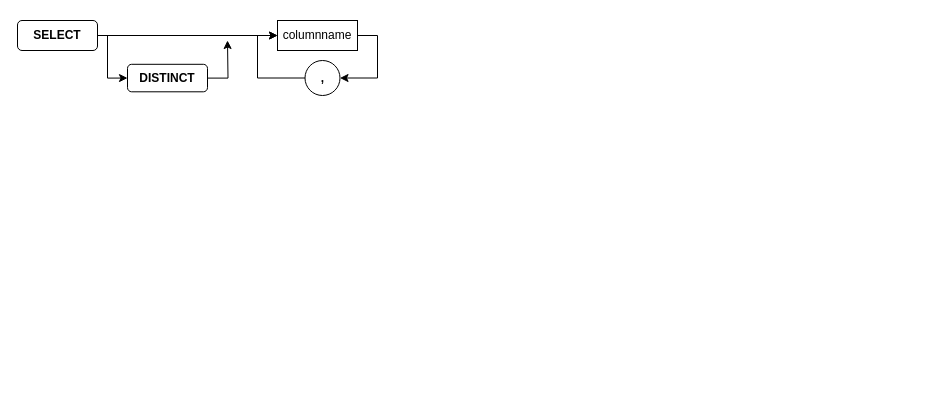
dvriet/diagrams keeps this draw.io diagram as sql.drawio. Above is the earlier version. Source tidied: cells renumbered, new cells numbered last; positions are measured from the earlier drawing's top-left corner, leaving out a move shared by most shapes. Both pictures are drawn from the tidied source at 100%, with x=0, y=0 at pixel (17, 20).
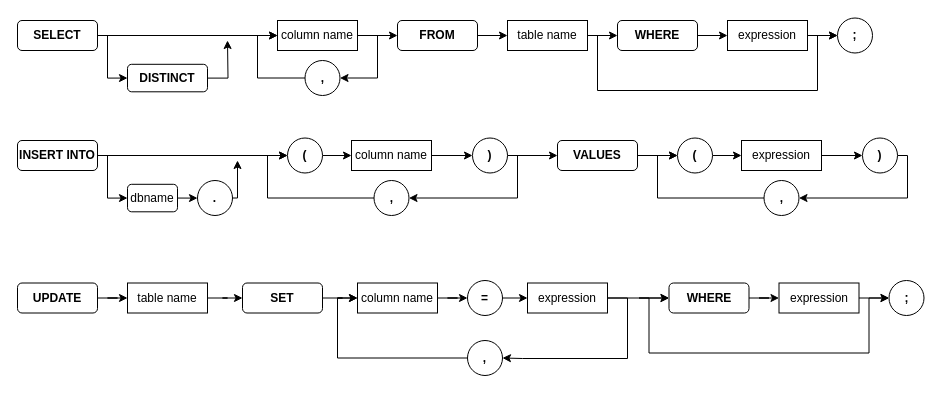
Above is the later version.

What changed in the source:
```diff
@@
+    <mxCell id="11" style="edgeStyle=orthogonalEdgeStyle;rounded=0;jettySize=auto;html=1;entryX=0;entryY=0.5;entryDx=0;entryDy=0;" parent="1" edge="1" source="6" target="13">
+      <mxGeometry relative="1" as="geometry" />
+    </mxCell>
-    <mxCell id="6" value="columnname" style="rounded=0;whiteSpace=wrap;html=1;" parent="1" vertex="1">
+    <mxCell id="6" value="column name" style="rounded=0;whiteSpace=wrap;html=1;" parent="1" vertex="1">
       <mxGeometry x="260" width="80" height="30" as="geometry" />
     </mxCell>
@@
+    <mxCell id="12" style="edgeStyle=orthogonalEdgeStyle;rounded=0;jettySize=auto;html=1;entryX=0;entryY=0.5;entryDx=0;entryDy=0;" parent="1" edge="1" source="13" target="15">
+      <mxGeometry relative="1" as="geometry" />
+    </mxCell>
+    <mxCell id="13" value="&lt;b&gt;FROM&lt;/b&gt;" style="rounded=1;whiteSpace=wrap;html=1;" parent="1" vertex="1">
+      <mxGeometry x="380" width="80" height="30" as="geometry" />
+    </mxCell>
+    <mxCell id="14" style="edgeStyle=orthogonalEdgeStyle;rounded=0;jettySize=auto;html=1;entryX=0;entryY=0.5;entryDx=0;entryDy=0;" parent="1" edge="1" source="15" target="17">
+      <mxGeometry relative="1" as="geometry" />
+    </mxCell>
+    <mxCell id="15" value="table name" style="rounded=0;whiteSpace=wrap;html=1;" parent="1" vertex="1">
+      <mxGeometry x="490" width="80" height="30" as="geometry" />
+    </mxCell>
+    <mxCell id="16" style="edgeStyle=orthogonalEdgeStyle;rounded=0;jettySize=auto;html=1;entryX=0;entryY=0.5;entryDx=0;entryDy=0;" parent="1" edge="1" source="17" target="19">
+      <mxGeometry relative="1" as="geometry" />
+    </mxCell>
+    <mxCell id="17" value="&lt;b&gt;WHERE&lt;/b&gt;" style="rounded=1;whiteSpace=wrap;html=1;" parent="1" vertex="1">
+      <mxGeometry x="600" width="80" height="30" as="geometry" />
+    </mxCell>
+    <mxCell id="18" style="edgeStyle=orthogonalEdgeStyle;rounded=0;jettySize=auto;html=1;exitX=1;exitY=0.5;exitDx=0;exitDy=0;entryX=0;entryY=0.5;entryDx=0;entryDy=0;" parent="1" edge="1" source="19" target="61">
+      <mxGeometry relative="1" as="geometry" />
+    </mxCell>
+    <mxCell id="19" value="expression" style="rounded=0;whiteSpace=wrap;html=1;" parent="1" vertex="1">
+      <mxGeometry x="710" width="80" height="30" as="geometry" />
+    </mxCell>
+    <mxCell id="20" style="edgeStyle=orthogonalEdgeStyle;rounded=0;jettySize=auto;html=1;exitX=1;exitY=0.5;exitDx=0;exitDy=0;entryX=0;entryY=0.5;entryDx=0;entryDy=0;" parent="1" edge="1" source="22" target="28">
+      <mxGeometry relative="1" as="geometry">
+        <Array as="points">
+          <mxPoint x="90" y="135" />
+          <mxPoint x="90" y="178" />
+        </Array>
+      </mxGeometry>
+    </mxCell>
+    <mxCell id="21" style="edgeStyle=orthogonalEdgeStyle;rounded=0;jettySize=auto;html=1;entryX=0;entryY=0.5;entryDx=0;entryDy=0;" parent="1" edge="1" source="22" target="34">
+      <mxGeometry relative="1" as="geometry" />
+    </mxCell>
+    <mxCell id="22" value="&lt;b&gt;INSERT INTO&lt;/b&gt;" style="rounded=1;whiteSpace=wrap;html=1;" parent="1" vertex="1">
+      <mxGeometry y="120" width="80" height="30" as="geometry" />
+    </mxCell>
+    <mxCell id="23" style="edgeStyle=orthogonalEdgeStyle;rounded=0;jettySize=auto;html=1;entryX=0;entryY=0.5;entryDx=0;entryDy=0;" parent="1" edge="1" source="24" target="37">
+      <mxGeometry relative="1" as="geometry" />
+    </mxCell>
+    <mxCell id="24" value="column name" style="rounded=0;whiteSpace=wrap;html=1;" parent="1" vertex="1">
+      <mxGeometry x="334" y="120" width="80" height="30" as="geometry" />
+    </mxCell>
+    <mxCell id="25" style="edgeStyle=orthogonalEdgeStyle;rounded=0;jettySize=auto;html=1;entryX=0;entryY=0.5;entryDx=0;entryDy=0;" parent="1" edge="1" source="26" target="34">
+      <mxGeometry relative="1" as="geometry" />
+    </mxCell>
+    <mxCell id="26" value="&lt;b&gt;,&lt;/b&gt;" style="ellipse;whiteSpace=wrap;html=1;" parent="1" vertex="1">
+      <mxGeometry x="356.5" y="160" width="35" height="35" as="geometry" />
+    </mxCell>
+    <mxCell id="27" style="edgeStyle=orthogonalEdgeStyle;rounded=0;jettySize=auto;html=1;exitX=1;exitY=0.5;exitDx=0;exitDy=0;entryX=0;entryY=0.5;entryDx=0;entryDy=0;" parent="1" edge="1" source="28" target="32">
+      <mxGeometry relative="1" as="geometry" />
+    </mxCell>
+    <mxCell id="28" value="dbname" style="rounded=1;whiteSpace=wrap;html=1;" parent="1" vertex="1">
+      <mxGeometry x="110" y="163.8" width="50" height="27.5" as="geometry" />
+    </mxCell>
+    <mxCell id="29" style="edgeStyle=orthogonalEdgeStyle;rounded=0;jettySize=auto;html=1;entryX=0;entryY=0.5;entryDx=0;entryDy=0;" parent="1" edge="1" source="30" target="43">
+      <mxGeometry relative="1" as="geometry" />
+    </mxCell>
+    <mxCell id="30" value="&lt;b&gt;VALUES&lt;/b&gt;" style="rounded=1;whiteSpace=wrap;html=1;" parent="1" vertex="1">
+      <mxGeometry x="540" y="120" width="80" height="30" as="geometry" />
+    </mxCell>
+    <mxCell id="31" style="edgeStyle=orthogonalEdgeStyle;rounded=0;jettySize=auto;html=1;exitX=1;exitY=0.5;exitDx=0;exitDy=0;" parent="1" edge="1" source="32">
+      <mxGeometry relative="1" as="geometry">
+        <mxPoint x="220" y="140" as="targetPoint" />
+      </mxGeometry>
+    </mxCell>
+    <mxCell id="32" value="&lt;b&gt;.&lt;/b&gt;" style="ellipse;whiteSpace=wrap;html=1;" parent="1" vertex="1">
+      <mxGeometry x="180" y="160" width="35" height="35" as="geometry" />
+    </mxCell>
+    <mxCell id="33" style="edgeStyle=orthogonalEdgeStyle;rounded=0;jettySize=auto;html=1;entryX=0;entryY=0.5;entryDx=0;entryDy=0;" parent="1" edge="1" source="34" target="24">
+      <mxGeometry relative="1" as="geometry" />
+    </mxCell>
+    <mxCell id="34" value="&lt;b&gt;(&lt;/b&gt;" style="ellipse;whiteSpace=wrap;html=1;" parent="1" vertex="1">
+      <mxGeometry x="270" y="117.5" width="35" height="35" as="geometry" />
+    </mxCell>
+    <mxCell id="35" style="edgeStyle=orthogonalEdgeStyle;rounded=0;jettySize=auto;html=1;exitX=1;exitY=0.5;exitDx=0;exitDy=0;entryX=0;entryY=0.5;entryDx=0;entryDy=0;" parent="1" edge="1" source="37" target="30">
+      <mxGeometry relative="1" as="geometry" />
+    </mxCell>
+    <mxCell id="36" style="edgeStyle=orthogonalEdgeStyle;rounded=0;jettySize=auto;html=1;entryX=1;entryY=0.5;entryDx=0;entryDy=0;" parent="1" edge="1" source="37" target="26">
+      <mxGeometry relative="1" as="geometry">
+        <Array as="points">
+          <mxPoint x="500" y="135" />
+          <mxPoint x="500" y="178" />
+        </Array>
+      </mxGeometry>
+    </mxCell>
+    <mxCell id="37" value="&lt;b&gt;)&lt;/b&gt;" style="ellipse;whiteSpace=wrap;html=1;" parent="1" vertex="1">
+      <mxGeometry x="455" y="117.5" width="35" height="35" as="geometry" />
+    </mxCell>
+    <mxCell id="38" style="edgeStyle=orthogonalEdgeStyle;rounded=0;jettySize=auto;html=1;entryX=0;entryY=0.5;entryDx=0;entryDy=0;" parent="1" edge="1" source="39" target="45">
+      <mxGeometry relative="1" as="geometry" />
+    </mxCell>
+    <mxCell id="39" value="expression" style="rounded=0;whiteSpace=wrap;html=1;" parent="1" vertex="1">
+      <mxGeometry x="724" y="120" width="80" height="30" as="geometry" />
+    </mxCell>
+    <mxCell id="40" style="edgeStyle=orthogonalEdgeStyle;rounded=0;jettySize=auto;html=1;entryX=0;entryY=0.5;entryDx=0;entryDy=0;" parent="1" edge="1" source="41" target="43">
+      <mxGeometry relative="1" as="geometry" />
+    </mxCell>
+    <mxCell id="41" value="&lt;b&gt;,&lt;/b&gt;" style="ellipse;whiteSpace=wrap;html=1;" parent="1" vertex="1">
+      <mxGeometry x="746.5" y="160" width="35" height="35" as="geometry" />
+    </mxCell>
+    <mxCell id="42" style="edgeStyle=orthogonalEdgeStyle;rounded=0;jettySize=auto;html=1;entryX=0;entryY=0.5;entryDx=0;entryDy=0;" parent="1" edge="1" source="43" target="39">
+      <mxGeometry relative="1" as="geometry" />
+    </mxCell>
+    <mxCell id="43" value="&lt;b&gt;(&lt;/b&gt;" style="ellipse;whiteSpace=wrap;html=1;" parent="1" vertex="1">
+      <mxGeometry x="660" y="117.5" width="35" height="35" as="geometry" />
+    </mxCell>
+    <mxCell id="44" style="edgeStyle=orthogonalEdgeStyle;rounded=0;jettySize=auto;html=1;entryX=1;entryY=0.5;entryDx=0;entryDy=0;" parent="1" edge="1" source="45" target="41">
+      <mxGeometry relative="1" as="geometry">
+        <Array as="points">
+          <mxPoint x="890" y="135" />
+          <mxPoint x="890" y="178" />
+        </Array>
+      </mxGeometry>
+    </mxCell>
+    <mxCell id="45" value="&lt;b&gt;)&lt;/b&gt;" style="ellipse;whiteSpace=wrap;html=1;" parent="1" vertex="1">
+      <mxGeometry x="845" y="117.5" width="35" height="35" as="geometry" />
+    </mxCell>
+    <mxCell id="46" style="edgeStyle=orthogonalEdgeStyle;rounded=0;jettySize=auto;html=1;entryX=0;entryY=0.5;entryDx=0;entryDy=0;" parent="1" edge="1" source="47" target="53">
+      <mxGeometry relative="1" as="geometry" />
+    </mxCell>
+    <mxCell id="47" value="&lt;b&gt;UPDATE&lt;/b&gt;" style="rounded=1;whiteSpace=wrap;html=1;" parent="1" vertex="1">
+      <mxGeometry y="262.5" width="80" height="30" as="geometry" />
+    </mxCell>
+    <mxCell id="48" style="edgeStyle=orthogonalEdgeStyle;rounded=0;jettySize=auto;html=1;entryX=0;entryY=0.5;entryDx=0;entryDy=0;" parent="1" edge="1" source="49" target="57">
+      <mxGeometry relative="1" as="geometry" />
+    </mxCell>
+    <mxCell id="49" value="column name" style="rounded=0;whiteSpace=wrap;html=1;" parent="1" vertex="1">
+      <mxGeometry x="340" y="262.5" width="80" height="30" as="geometry" />
+    </mxCell>
+    <mxCell id="50" style="edgeStyle=orthogonalEdgeStyle;rounded=0;jettySize=auto;html=1;exitX=0;exitY=0.5;exitDx=0;exitDy=0;entryX=0;entryY=0.5;entryDx=0;entryDy=0;" parent="1" edge="1" source="51" target="49">
+      <mxGeometry relative="1" as="geometry" />
+    </mxCell>
+    <mxCell id="51" value="&lt;b&gt;,&lt;/b&gt;" style="ellipse;whiteSpace=wrap;html=1;" parent="1" vertex="1">
+      <mxGeometry x="450" y="320" width="35" height="35" as="geometry" />
+    </mxCell>
+    <mxCell id="52" style="edgeStyle=orthogonalEdgeStyle;rounded=0;jettySize=auto;html=1;entryX=0;entryY=0.5;entryDx=0;entryDy=0;" parent="1" edge="1" source="53" target="55">
+      <mxGeometry relative="1" as="geometry" />
+    </mxCell>
+    <mxCell id="53" value="table name" style="rounded=0;whiteSpace=wrap;html=1;" parent="1" vertex="1">
+      <mxGeometry x="110" y="262.5" width="80" height="30" as="geometry" />
+    </mxCell>
+    <mxCell id="54" style="edgeStyle=orthogonalEdgeStyle;rounded=0;jettySize=auto;html=1;entryX=0;entryY=0.5;entryDx=0;entryDy=0;" parent="1" edge="1" source="55" target="49">
+      <mxGeometry relative="1" as="geometry" />
+    </mxCell>
+    <mxCell id="55" value="&lt;b&gt;SET&lt;/b&gt;" style="rounded=1;whiteSpace=wrap;html=1;" parent="1" vertex="1">
+      <mxGeometry x="225" y="262.5" width="80" height="30" as="geometry" />
+    </mxCell>
+    <mxCell id="56" style="edgeStyle=orthogonalEdgeStyle;rounded=0;jettySize=auto;html=1;exitX=1;exitY=0.5;exitDx=0;exitDy=0;entryX=0;entryY=0.5;entryDx=0;entryDy=0;" parent="1" edge="1" source="57" target="60">
+      <mxGeometry relative="1" as="geometry" />
+    </mxCell>
+    <mxCell id="57" value="&lt;b&gt;=&lt;/b&gt;" style="ellipse;whiteSpace=wrap;html=1;" parent="1" vertex="1">
+      <mxGeometry x="450" y="260" width="35" height="35" as="geometry" />
+    </mxCell>
+    <mxCell id="58" style="edgeStyle=orthogonalEdgeStyle;rounded=0;jettySize=auto;html=1;entryX=1;entryY=0.5;entryDx=0;entryDy=0;" parent="1" edge="1" source="60" target="51">
+      <mxGeometry relative="1" as="geometry">
+        <Array as="points">
+          <mxPoint x="610" y="278" />
+          <mxPoint x="610" y="338" />
+          <mxPoint x="505" y="338" />
+        </Array>
+      </mxGeometry>
+    </mxCell>
+    <mxCell id="59" style="edgeStyle=orthogonalEdgeStyle;rounded=0;jettySize=auto;html=1;exitX=1;exitY=0.5;exitDx=0;exitDy=0;entryX=0;entryY=0.5;entryDx=0;entryDy=0;" parent="1" edge="1" source="60" target="65">
+      <mxGeometry relative="1" as="geometry" />
+    </mxCell>
+    <mxCell id="60" value="expression" style="rounded=0;whiteSpace=wrap;html=1;" parent="1" vertex="1">
+      <mxGeometry x="510" y="262.5" width="80" height="30" as="geometry" />
+    </mxCell>
+    <mxCell id="61" value="&lt;b&gt;;&lt;/b&gt;" style="ellipse;whiteSpace=wrap;html=1;" parent="1" vertex="1">
+      <mxGeometry x="820" y="-2.5" width="35" height="35" as="geometry" />
+    </mxCell>
+    <mxCell id="62" style="edgeStyle=orthogonalEdgeStyle;rounded=0;jettySize=auto;html=1;exitX=1;exitY=0.5;exitDx=0;exitDy=0;entryX=0;entryY=0.5;entryDx=0;entryDy=0;" parent="1" edge="1" source="15" target="61">
+      <mxGeometry relative="1" as="geometry">
+        <Array as="points">
+          <mxPoint x="580" y="15" />
+          <mxPoint x="580" y="70" />
+          <mxPoint x="800" y="70" />
+          <mxPoint x="800" y="15" />
+        </Array>
+      </mxGeometry>
+    </mxCell>
+    <mxCell id="63" style="edgeStyle=orthogonalEdgeStyle;rounded=0;jettySize=auto;html=1;entryX=0;entryY=0.5;entryDx=0;entryDy=0;" parent="1" edge="1" target="65">
+      <mxGeometry relative="1" as="geometry">
+        <mxPoint x="621.5" y="277.5" as="sourcePoint" />
+      </mxGeometry>
+    </mxCell>
+    <mxCell id="64" style="edgeStyle=orthogonalEdgeStyle;rounded=0;jettySize=auto;html=1;entryX=0;entryY=0.5;entryDx=0;entryDy=0;" parent="1" edge="1" source="65" target="67">
+      <mxGeometry relative="1" as="geometry" />
+    </mxCell>
+    <mxCell id="65" value="&lt;b&gt;WHERE&lt;/b&gt;" style="rounded=1;whiteSpace=wrap;html=1;" parent="1" vertex="1">
+      <mxGeometry x="651.5" y="262.5" width="80" height="30" as="geometry" />
+    </mxCell>
+    <mxCell id="66" style="edgeStyle=orthogonalEdgeStyle;rounded=0;jettySize=auto;html=1;exitX=1;exitY=0.5;exitDx=0;exitDy=0;entryX=0;entryY=0.5;entryDx=0;entryDy=0;" parent="1" edge="1" source="67" target="68">
+      <mxGeometry relative="1" as="geometry" />
+    </mxCell>
+    <mxCell id="67" value="expression" style="rounded=0;whiteSpace=wrap;html=1;" parent="1" vertex="1">
+      <mxGeometry x="761.5" y="262.5" width="80" height="30" as="geometry" />
+    </mxCell>
+    <mxCell id="68" value="&lt;b&gt;;&lt;/b&gt;" style="ellipse;whiteSpace=wrap;html=1;" parent="1" vertex="1">
+      <mxGeometry x="871.5" y="260" width="35" height="35" as="geometry" />
+    </mxCell>
+    <mxCell id="69" style="edgeStyle=orthogonalEdgeStyle;rounded=0;jettySize=auto;html=1;exitX=1;exitY=0.5;exitDx=0;exitDy=0;entryX=0;entryY=0.5;entryDx=0;entryDy=0;" parent="1" edge="1" target="68">
+      <mxGeometry relative="1" as="geometry">
+        <mxPoint x="621.5" y="277.5" as="sourcePoint" />
+        <Array as="points">
+          <mxPoint x="631.5" y="277.5" />
+          <mxPoint x="631.5" y="332.5" />
+          <mxPoint x="851.5" y="332.5" />
+          <mxPoint x="851.5" y="277.5" />
+        </Array>
+      </mxGeometry>
+    </mxCell>
```
